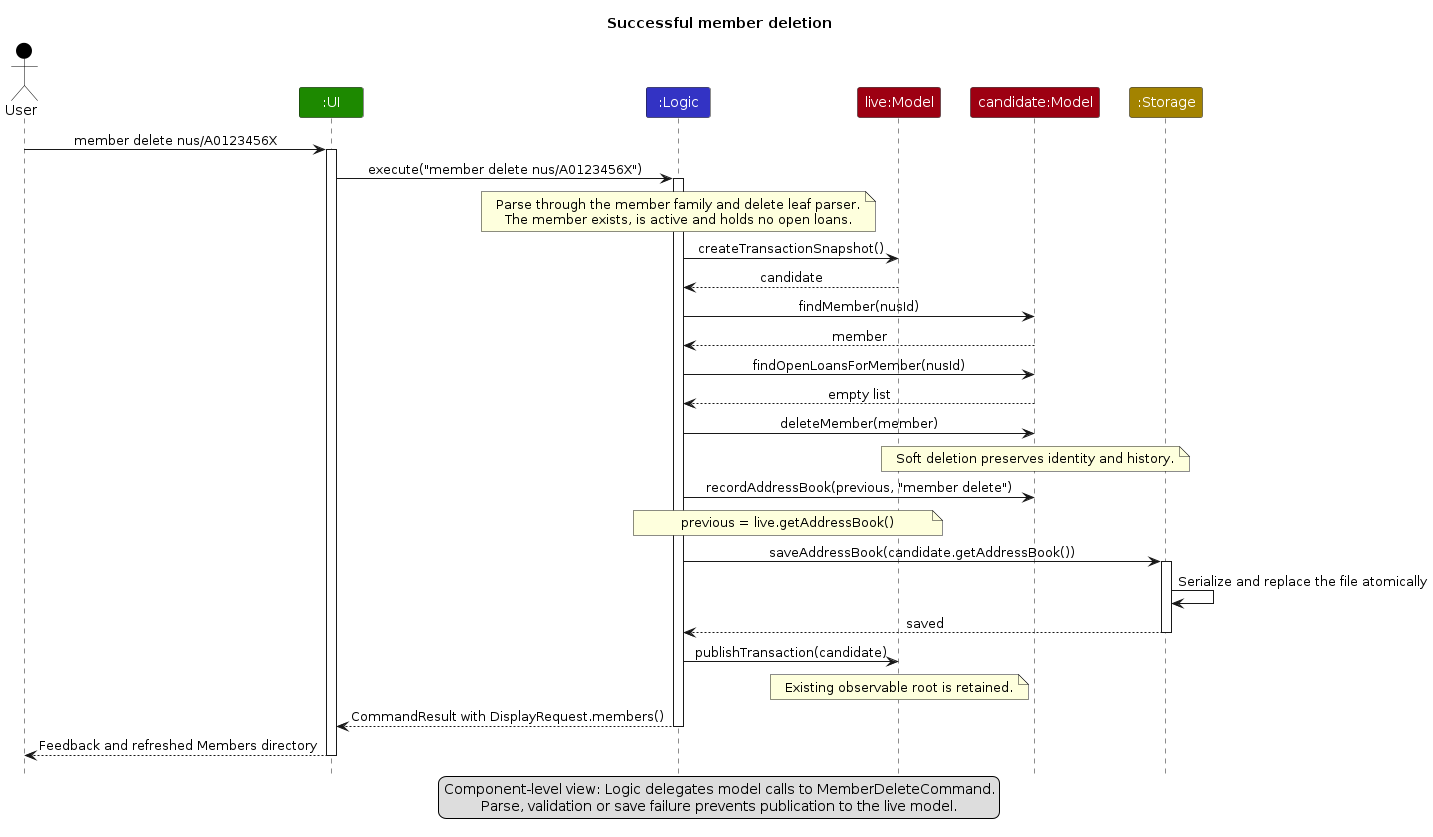
Before: diagrams/ArchitectureSequenceDiagram.png, a diagram exported from PlantUML (AY2627S1-CS2103T-F15-2/tp). Its source is kept beside it as diagrams/ArchitectureSequenceDiagram.puml. Its diagram source:
```plantuml
@startuml
!include style.puml
skinparam ArrowFontStyle plain
actor User as user USER_COLOR
participant ":UI" as ui UI_COLOR
participant ":Logic" as logic LOGIC_COLOR
participant "live:Model" as live MODEL_COLOR
participant "candidate:Model" as candidate MODEL_COLOR
participant ":Storage" as storage STORAGE_COLOR

title Successful member deletion
user -> ui : member delete nus/A0123456X
activate ui
ui -> logic : execute("member delete nus/A0123456X")
activate logic
note over logic
  Parse through the member family and delete leaf parser.
  The member exists, is active and holds no open loans.
end note
logic -> live : createTransactionSnapshot()
live --> logic : candidate
logic -> candidate : findMember(nusId)
candidate --> logic : member
logic -> candidate : findOpenLoansForMember(nusId)
candidate --> logic : empty list
logic -> candidate : deleteMember(member)
note over candidate : Soft deletion preserves identity and history.
logic -> candidate : recordAddressBook(previous, "member delete")
note over logic, live : previous = live.getAddressBook()
logic -> storage : saveAddressBook(candidate.getAddressBook())
activate storage
storage -> storage : Serialize and replace the file atomically
storage --> logic : saved
deactivate storage
logic -> live : publishTransaction(candidate)
note over live : Existing observable root is retained.
logic --> ui : CommandResult with DisplayRequest.members()
deactivate logic
ui --> user : Feedback and refreshed Members directory
deactivate ui
legend bottom
  Component-level view: Logic delegates model calls to MemberDeleteCommand.
  Parse, validation or save failure prevents publication to the live model.
endlegend
@enduml
```
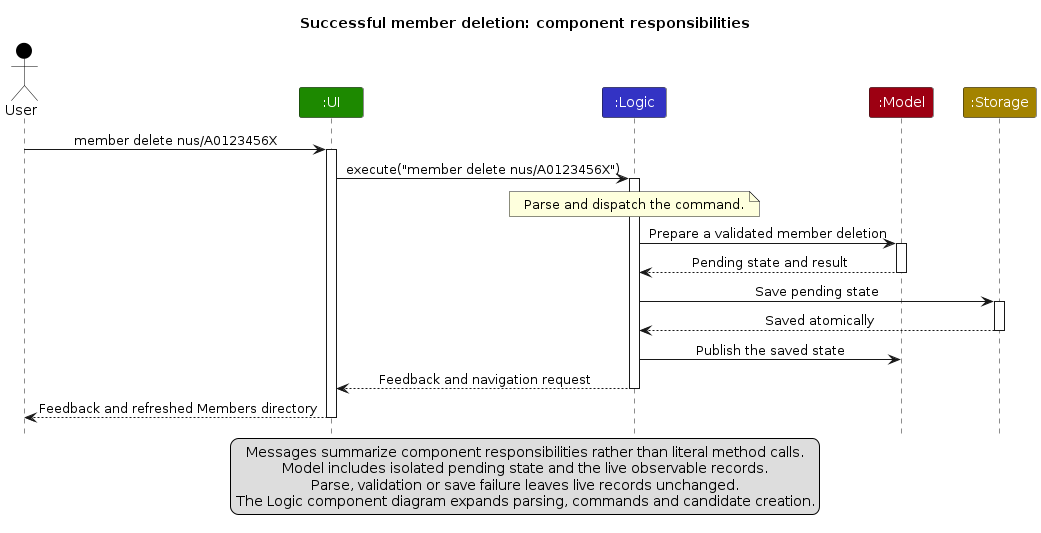
The same diagram one commit later.

Diff of the diagram source:
```diff
@@ -4,42 +4,32 @@
 actor User as user USER_COLOR
 participant ":UI" as ui UI_COLOR
 participant ":Logic" as logic LOGIC_COLOR
-participant "live:Model" as live MODEL_COLOR
-participant "candidate:Model" as candidate MODEL_COLOR
+participant ":Model" as model MODEL_COLOR
 participant ":Storage" as storage STORAGE_COLOR
 
-title Successful member deletion
+title Successful member deletion: component responsibilities
 user -> ui : member delete nus/A0123456X
 activate ui
 ui -> logic : execute("member delete nus/A0123456X")
 activate logic
-note over logic
-  Parse through the member family and delete leaf parser.
-  The member exists, is active and holds no open loans.
-end note
-logic -> live : createTransactionSnapshot()
-live --> logic : candidate
-logic -> candidate : findMember(nusId)
-candidate --> logic : member
-logic -> candidate : findOpenLoansForMember(nusId)
-candidate --> logic : empty list
-logic -> candidate : deleteMember(member)
-note over candidate : Soft deletion preserves identity and history.
-logic -> candidate : recordAddressBook(previous, "member delete")
-note over logic, live : previous = live.getAddressBook()
-logic -> storage : saveAddressBook(candidate.getAddressBook())
+note over logic : Parse and dispatch the command.
+logic -> model : Prepare a validated member deletion
+activate model
+model --> logic : Pending state and result
+deactivate model
+logic -> storage : Save pending state
 activate storage
-storage -> storage : Serialize and replace the file atomically
-storage --> logic : saved
+storage --> logic : Saved atomically
 deactivate storage
-logic -> live : publishTransaction(candidate)
-note over live : Existing observable root is retained.
-logic --> ui : CommandResult with DisplayRequest.members()
+logic -> model : Publish the saved state
+logic --> ui : Feedback and navigation request
 deactivate logic
 ui --> user : Feedback and refreshed Members directory
 deactivate ui
 legend bottom
-  Component-level view: Logic delegates model calls to MemberDeleteCommand.
-  Parse, validation or save failure prevents publication to the live model.
+  Messages summarize component responsibilities rather than literal method calls.
+  Model includes isolated pending state and the live observable records.
+  Parse, validation or save failure leaves live records unchanged.
+  The Logic component diagram expands parsing, commands and candidate creation.
 endlegend
 @enduml
```
